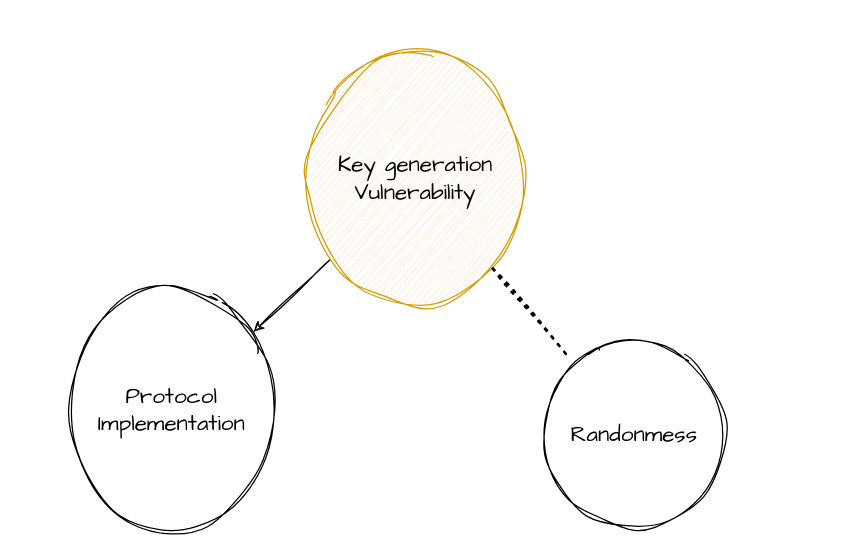
The draw.io diagram page "key generation" (5 of 13) of schema/crypto-wallet.drawio in rya-sge/access-denied, before the edit. Source tidied: cells renumbered, new cells numbered last; positions are measured from the earlier drawing's top-left corner, leaving out a move shared by most shapes. Both pictures are drawn from the tidied source at 125%, with x=0, y=0 at pixel (59, 59).
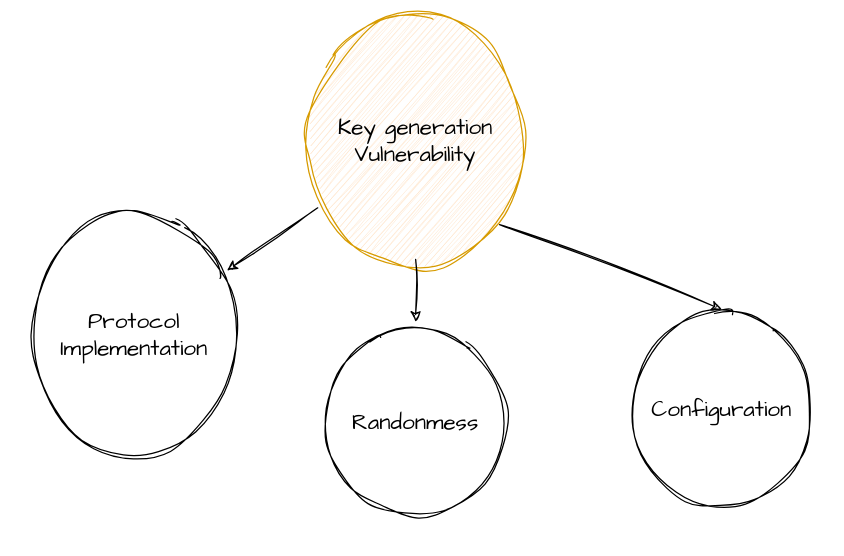
The same diagram, later.

The edit, as a diff of the source:
```diff
@@
 <mxGraphModel>
   <root>
     <mxCell id="0" />
     <mxCell id="1" parent="0" />
     <mxCell id="2" value="Key generation Vulnerability" style="ellipse;whiteSpace=wrap;html=1;sketch=1;hachureGap=4;jiggle=2;fontFamily=Architects Daughter;fontSize=18;fillColor=#ffe6cc;strokeColor=#d79b00;" parent="1" vertex="1">
-      <mxGeometry x="190" width="190" height="190" as="geometry" />
+      <mxGeometry x="190" y="-30" width="190" height="190" as="geometry" />
     </mxCell>
     <mxCell id="3" value="Protocol Implementation" style="ellipse;whiteSpace=wrap;html=1;sketch=1;hachureGap=4;jiggle=2;fontFamily=Architects Daughter;fontSize=18;" parent="1" vertex="1">
-      <mxGeometry y="190" width="180" height="180" as="geometry" />
+      <mxGeometry x="-30" y="130" width="180" height="180" as="geometry" />
     </mxCell>
     <mxCell id="4" style="endArrow=classic;html=1;rounded=0;sketch=1;hachureGap=4;jiggle=2;fontFamily=Architects Daughter;fontSize=18;" parent="1" edge="1" source="2" target="3">
       <mxGeometry relative="1" as="geometry" />
     </mxCell>
     <mxCell id="5" value="Randonmess" style="ellipse;whiteSpace=wrap;html=1;sketch=1;hachureGap=4;jiggle=2;fontFamily=Architects Daughter;fontSize=18;" parent="1" vertex="1">
-      <mxGeometry x="380" y="220" width="160" height="160" as="geometry" />
+      <mxGeometry x="205" y="210" width="160" height="160" as="geometry" />
     </mxCell>
-    <mxCell id="6" style="endArrow=none;dashed=1;html=1;dashPattern=1 3;strokeWidth=2;rounded=0;sketch=1;hachureGap=4;jiggle=2;fontFamily=Architects Daughter;fontSize=18;" parent="1" edge="1" source="2" target="5">
+    <mxCell id="6" style="endArrow=classic;html=1;rounded=0;sketch=1;hachureGap=4;jiggle=2;fontFamily=Architects Daughter;fontSize=18;entryX=0.5;entryY=0;entryDx=0;entryDy=0;exitX=0.5;exitY=1;exitDx=0;exitDy=0;" parent="1" edge="1" source="2" target="5">
       <mxGeometry relative="1" as="geometry" />
     </mxCell>
+    <mxCell id="7" style="endArrow=classic;html=1;rounded=0;sketch=1;hachureGap=4;jiggle=2;fontFamily=Architects Daughter;fontSize=18;exitX=1;exitY=1;exitDx=0;exitDy=0;entryX=0.5;entryY=0;entryDx=0;entryDy=0;" parent="1" edge="1" source="2" target="8">
+      <mxGeometry relative="1" as="geometry" />
+    </mxCell>
+    <mxCell id="8" value="Configuration" style="ellipse;whiteSpace=wrap;html=1;sketch=1;hachureGap=4;jiggle=2;fontFamily=Architects Daughter;fontSize=18;" parent="1" vertex="1">
+      <mxGeometry x="450" y="200" width="160" height="160" as="geometry" />
+    </mxCell>
   </root>
 </mxGraphModel>
```
